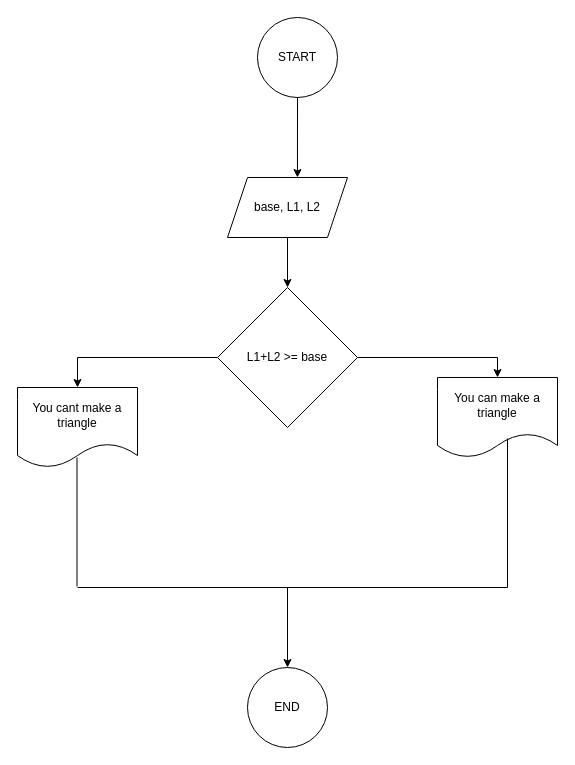
The draw.io diagram triangle.drawio in uthmanigbin/university-work, before the edit. Source tidied: cells renumbered, new cells numbered last; positions are measured from the earlier drawing's top-left corner, leaving out a move shared by most shapes. Both pictures are drawn from the tidied source at 100%, with x=0, y=0 at pixel (17, 17).
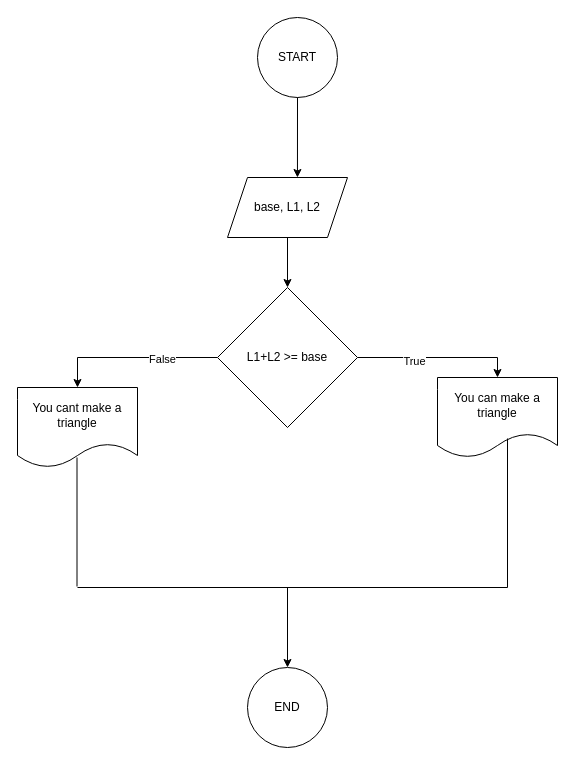
After the change.

The change refers to these unchanged cells:
```xml
<mxCell id="6" style="edgeStyle=orthogonalEdgeStyle;rounded=0;jettySize=auto;html=1;exitX=0;exitY=0.5;exitDx=0;exitDy=0;entryX=0.5;entryY=0;entryDx=0;entryDy=0;" parent="1" edge="1" source="8" target="10">
  <mxGeometry relative="1" as="geometry" />
</mxCell>
<mxCell id="7" style="edgeStyle=orthogonalEdgeStyle;rounded=0;jettySize=auto;html=1;exitX=1;exitY=0.5;exitDx=0;exitDy=0;entryX=0.5;entryY=0;entryDx=0;entryDy=0;" parent="1" edge="1" source="8" target="9">
  <mxGeometry relative="1" as="geometry" />
</mxCell>
```

The edit, as a diff of the source:
```diff
@@
+    <mxCell id="16" value="False" style="edgeLabel;html=1;align=center;verticalAlign=middle;" parent="6" vertex="1">
+      <mxGeometry x="-0.34" y="1" relative="1" as="geometry" />
+    </mxCell>
@@
+    <mxCell id="17" value="True" style="edgeLabel;html=1;align=center;verticalAlign=middle;" parent="7" vertex="1">
+      <mxGeometry x="-0.3" y="-3" relative="1" as="geometry" />
+    </mxCell>
```
